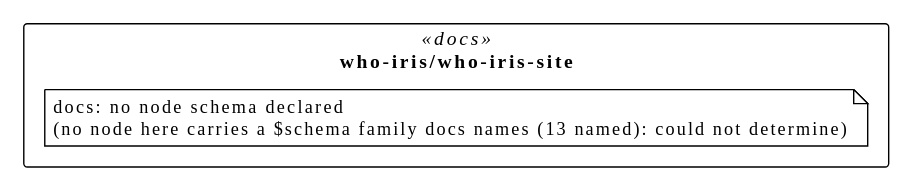
litlfred/smart-trust keeps this PlantUML diagram as assets/img/uml/overview/who-iris/who-iris-site.svg. Above is the earlier version. Source of this version:
```plantuml
@startuml
!pragma layout elk
!theme plain
skinparam classAttributeIconSize 0
skinparam shadowing false
skinparam packageStyle rectangle
hide empty methods

package "who-iris/who-iris-site" as pkg_who_iris_who_iris_site <<docs>> {
  note "docs: no node schema declared\n(no node here carries a $schema family docs names (13 named): could not determine)" as n_who_iris_who_iris_site_docs
}
@enduml
```
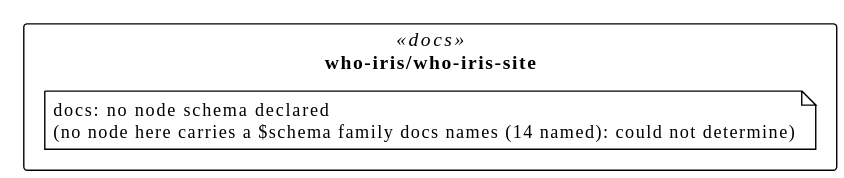
Above is the later version.

The edit, as a diff of the source:
```diff
@@ -7,6 +7,6 @@
 hide empty methods
 
 package "who-iris/who-iris-site" as pkg_who_iris_who_iris_site <<docs>> {
-  note "docs: no node schema declared\n(no node here carries a $schema family docs names (13 named): could not determine)" as n_who_iris_who_iris_site_docs
+  note "docs: no node schema declared\n(no node here carries a $schema family docs names (14 named): could not determine)" as n_who_iris_who_iris_site_docs
 }
 @enduml
```
